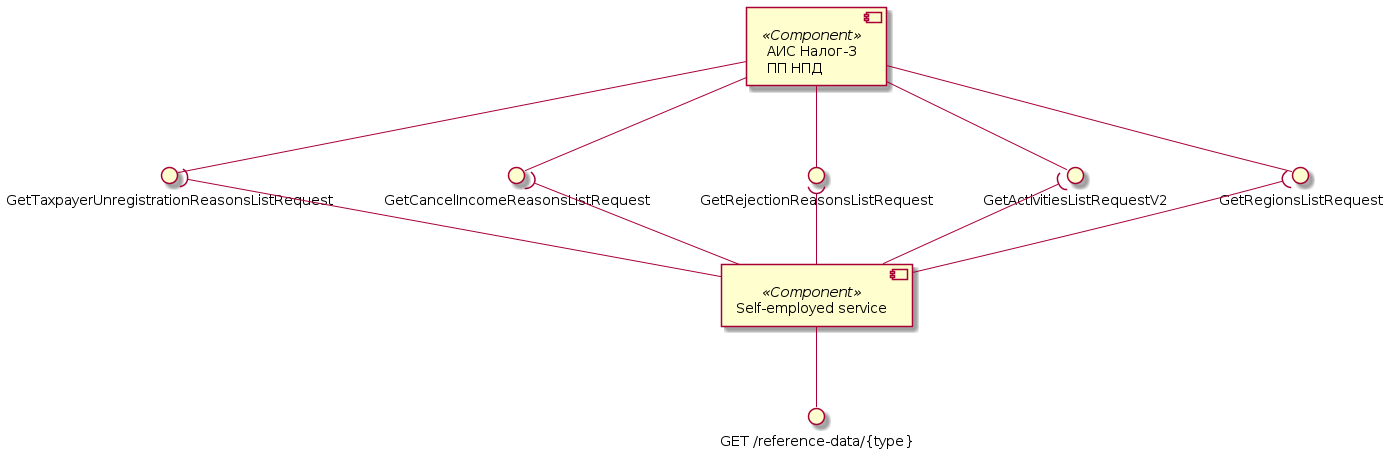
Before: assets/images/diagrams/self-employed-service/components/reference-data-components.png, a diagram exported from PlantUML (RaikBitters/ibank-internal-services). The source it was exported from:
```plantuml
@startuml reference-data-components

component "АИС Налог-3\nПП НПД" as Tax3 <<Component>>

interface "GetRegionsListRequest" as GetRegionsList
interface "GetActivitiesListRequestV2" as GetActivitiesList
interface "GetRejectionReasonsListRequest" as GetRejectionReasonsList
interface "GetTaxpayerUnregistrationReasonsListRequest" as GetTaxpayerUnregistrationReasonsList
interface "GetCancelIncomeReasonsListRequest" as GetCancelIncomeReasonsList

Tax3 --() GetRegionsList
Tax3 --() GetActivitiesList
Tax3 --() GetRejectionReasonsList
Tax3 --() GetCancelIncomeReasonsList
Tax3 --() GetTaxpayerUnregistrationReasonsList

component "Self-employed service" as SelfEmplService <<Component>>
interface "GET /reference-data/{type}" as getDictionary

SelfEmplService --() getDictionary

SelfEmplService -up-( GetRegionsList
SelfEmplService -up-( GetActivitiesList
SelfEmplService -up-( GetRejectionReasonsList
SelfEmplService -up-( GetCancelIncomeReasonsList
SelfEmplService -up-( GetTaxpayerUnregistrationReasonsList

@enduml
```
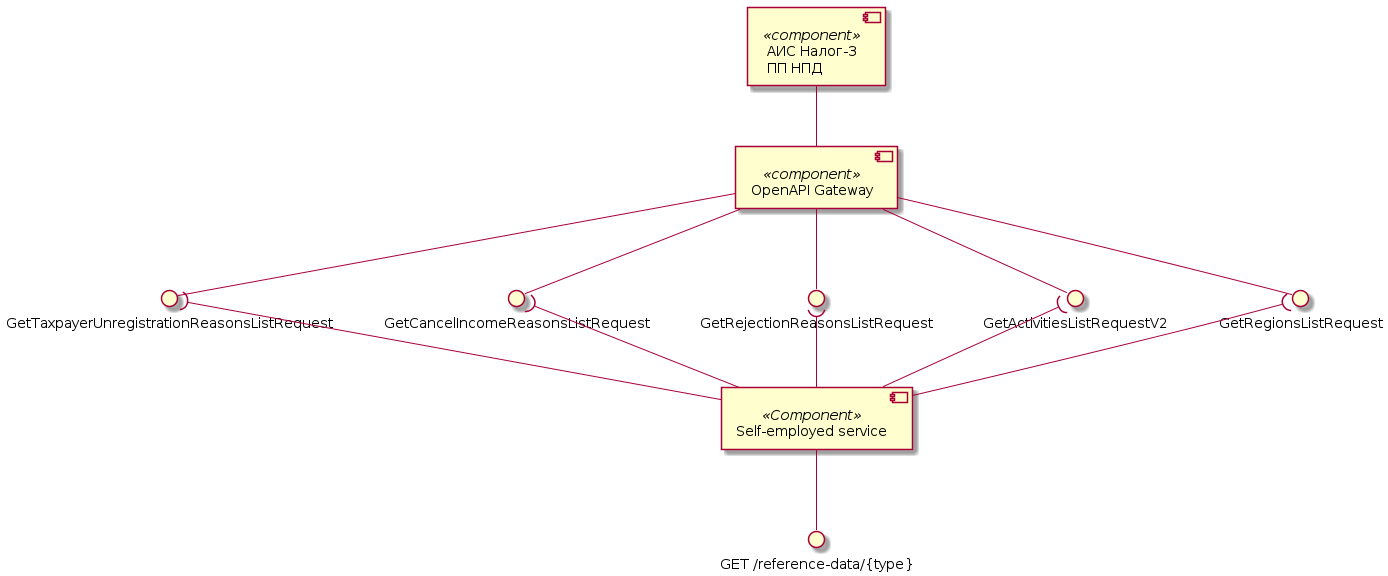
Above is the later version.

Commit message:
Updated self-empl components diagram.

Change to the diagram source:
```diff
@@ -1,18 +1,20 @@
 @startuml reference-data-components
 
-component "АИС Налог-3\nПП НПД" as Tax3 <<Component>>
+component "АИС Налог-3\nПП НПД" as Tax3 <<component>>
+component "OpenAPI Gateway" as OpenAPI <<component>>
 
+Tax3 -- OpenAPI
 interface "GetRegionsListRequest" as GetRegionsList
 interface "GetActivitiesListRequestV2" as GetActivitiesList
 interface "GetRejectionReasonsListRequest" as GetRejectionReasonsList
 interface "GetTaxpayerUnregistrationReasonsListRequest" as GetTaxpayerUnregistrationReasonsList
 interface "GetCancelIncomeReasonsListRequest" as GetCancelIncomeReasonsList
 
-Tax3 --() GetRegionsList
-Tax3 --() GetActivitiesList
-Tax3 --() GetRejectionReasonsList
-Tax3 --() GetCancelIncomeReasonsList
-Tax3 --() GetTaxpayerUnregistrationReasonsList
+OpenAPI --() GetRegionsList
+OpenAPI --() GetActivitiesList
+OpenAPI --() GetRejectionReasonsList
+OpenAPI --() GetCancelIncomeReasonsList
+OpenAPI --() GetTaxpayerUnregistrationReasonsList
 
 component "Self-employed service" as SelfEmplService <<Component>>
 interface "GET /reference-data/{type}" as getDictionary
```
